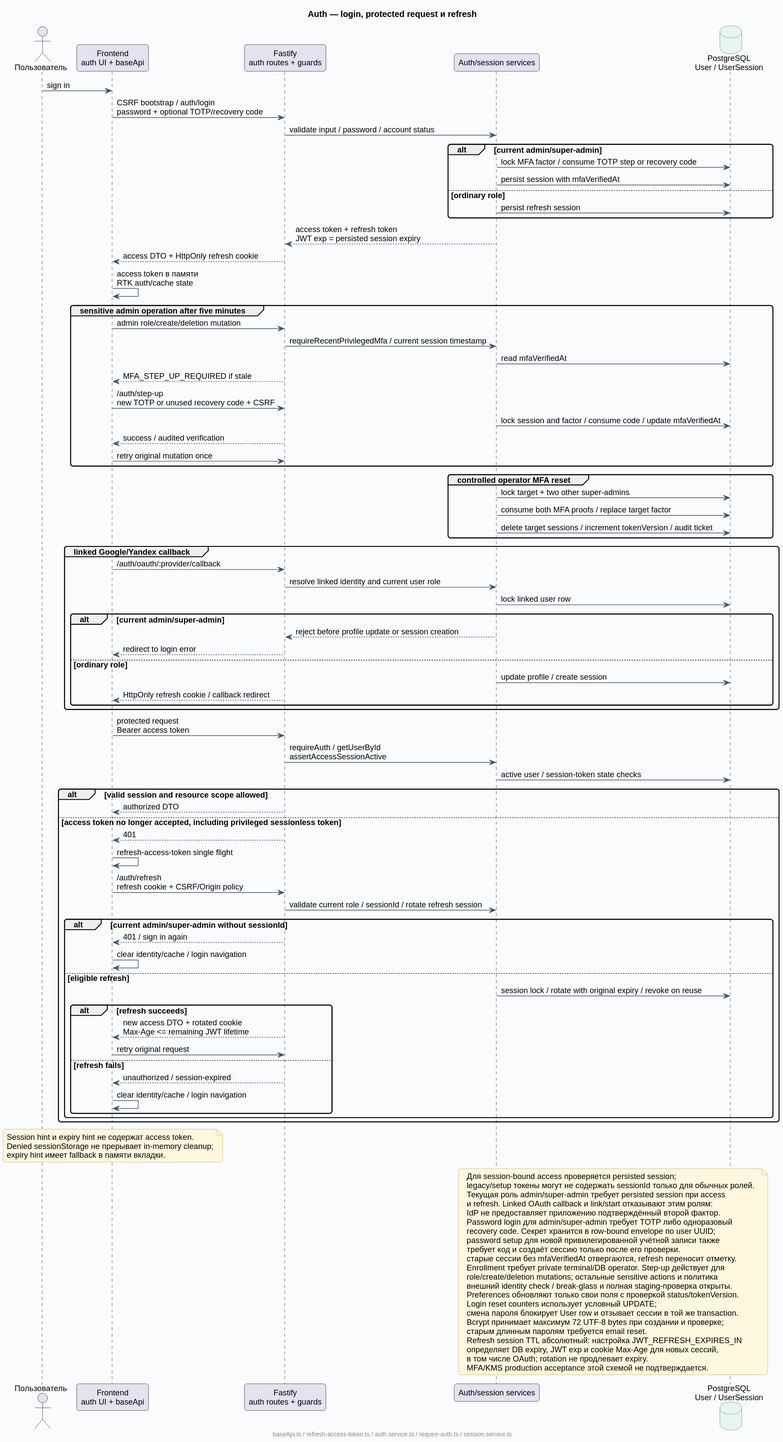
Before: docs/diagrams/rendered/07-auth-session.svg, a diagram exported from PlantUML (Dima163163/auto-care-hub).
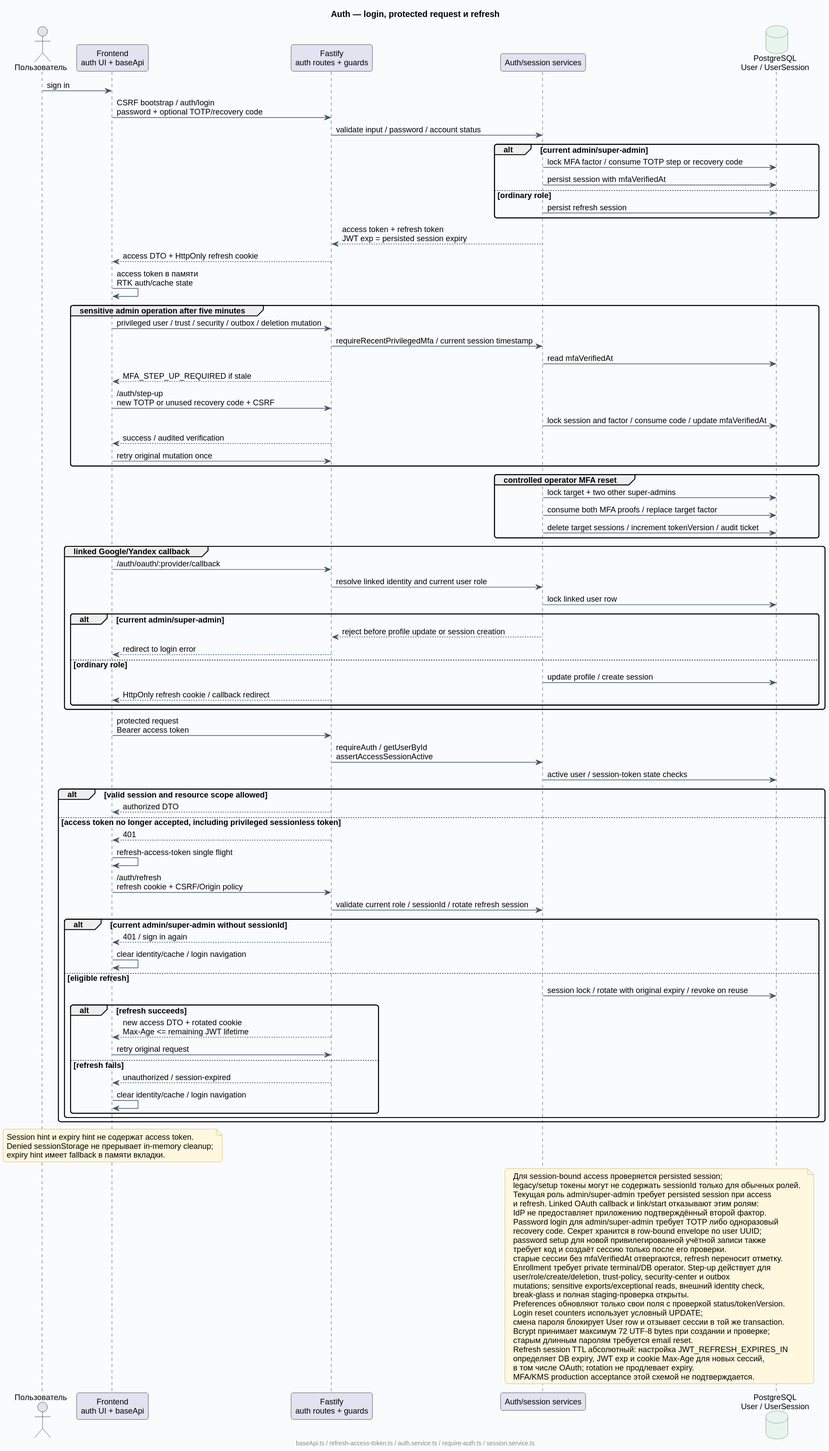
Later version of the same file.

Commit message:
security: extend MFA step-up to platform control mutations

Diff of the diagram source:
```diff
@@ -19,7 +19,7 @@
 API --> Front : access DTO + HttpOnly refresh cookie
 Front -> Front : access token в памяти\nRTK auth/cache state
 group sensitive admin operation after five minutes
-  Front -> API : admin role/create/deletion mutation
+  Front -> API : privileged user / trust / security / outbox / deletion mutation
   API -> Auth : requireRecentPrivilegedMfa / current session timestamp
   Auth -> PG : read mfaVerifiedAt
   API --> Front : MFA_STEP_UP_REQUIRED if stale
@@ -86,8 +86,9 @@
   требует код и создаёт сессию только после его проверки.
   старые сессии без mfaVerifiedAt отвергаются, refresh переносит отметку.
   Enrollment требует private terminal/DB operator. Step-up действует для
-  role/create/deletion mutations; остальные sensitive actions и политика
-  внешний identity check / break-glass и полная staging-проверка открыты.
+  user/role/create/deletion, trust-policy, security-center и outbox
+  mutations; sensitive exports/exceptional reads, внешний identity check,
+  break-glass и полная staging-проверка открыты.
   Preferences обновляют только свои поля с проверкой status/tokenVersion.
   Login reset counters использует условный UPDATE;
   смена пароля блокирует User row и отзывает сессии в той же transaction.
```
